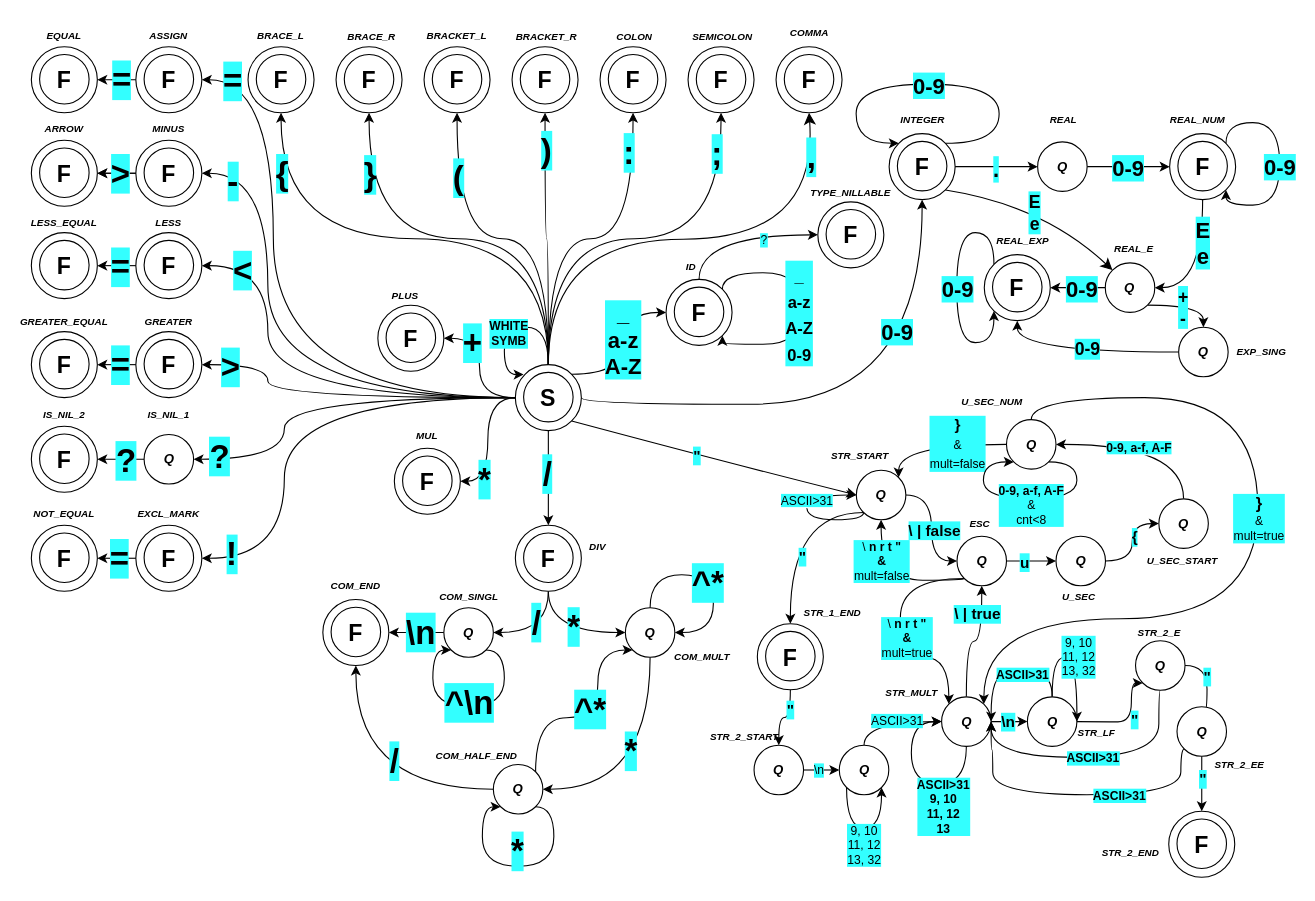
Earlier version of the draw.io diagram lexer.drawio (xshche05/IFJ-2023-project-compiler). Source tidied: cells renumbered, new cells numbered last; positions are measured from the earlier drawing's top-left corner, leaving out a move shared by most shapes. Both pictures are drawn from the tidied source at 110%, with x=0, y=0 at pixel (31, 19).
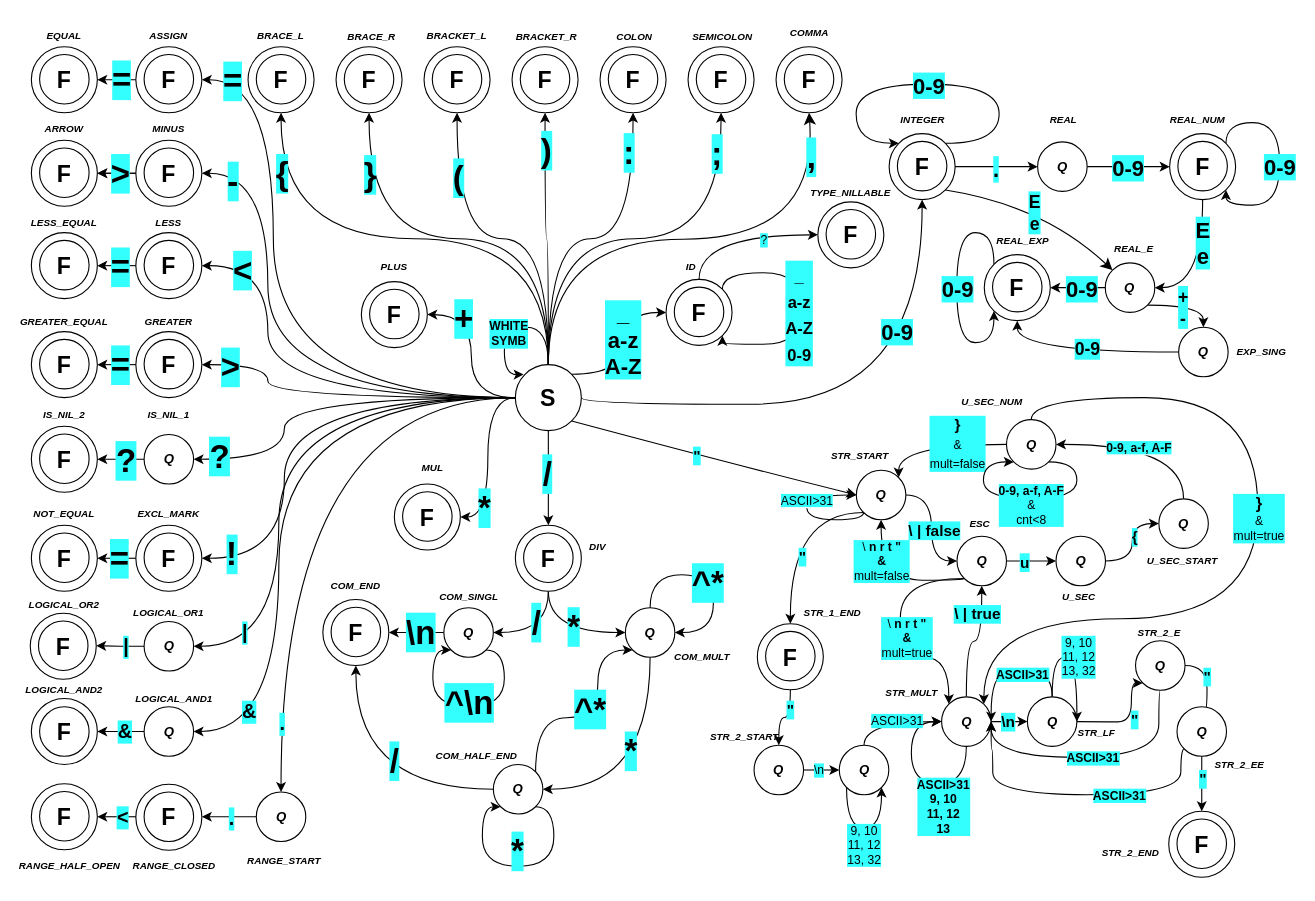
The same page after the edit.

The change refers to these unchanged cells:
```xml
<mxCell id="2" style="group;" parent="1" vertex="1">
  <mxGeometry x="440" y="314" width="60" height="60" as="geometry" />
</mxCell>
<mxCell id="3" style="ellipse;whiteSpace=wrap;html=1;" parent="2" vertex="1">
  <mxGeometry width="60" height="60" as="geometry" />
</mxCell>
```

The edit, as a diff of the source:
```diff
@@
+    <mxCell id="331" style="edgeStyle=orthogonalEdgeStyle;jettySize=auto;html=1;exitX=0;exitY=0.5;exitDx=0;exitDy=0;curved=1;" parent="1" edge="1" source="2" target="341">
+      <mxGeometry relative="1" as="geometry" />
+    </mxCell>
+    <mxCell id="332" value="." style="edgeLabel;html=1;align=center;verticalAlign=middle;labelBackgroundColor=#33FFFF;fontStyle=1;fontSize=18;" parent="331" vertex="1">
+      <mxGeometry x="0.78" relative="1" as="geometry" />
+    </mxCell>
@@
-    <mxCell id="4" style="ellipse;whiteSpace=wrap;html=1;" parent="2" vertex="1">
-      <mxGeometry x="7.5" y="7" width="45" height="45" as="geometry" />
-    </mxCell>
@@
     <mxCell id="57" style="group;" parent="1" vertex="1">
-      <mxGeometry x="330" y="390" width="60" height="60" as="geometry" />
+      <mxGeometry x="330" y="422.5" width="60" height="60" as="geometry" />
     </mxCell>
@@
     <mxCell id="61" style="group;" parent="1" vertex="1">
-      <mxGeometry x="315" y="260" width="60" height="60" as="geometry" />
+      <mxGeometry x="300" y="238.5" width="60" height="60" as="geometry" />
     </mxCell>
@@
     <mxCell id="160" value="PLUS" style="text;html=1;strokeColor=none;fillColor=none;align=center;verticalAlign=middle;whiteSpace=wrap;rounded=0;fontSize=9;fontStyle=3;" parent="1" vertex="1">
-      <mxGeometry x="310" y="236.5" width="60" height="30" as="geometry" />
+      <mxGeometry x="300" y="210" width="60" height="30" as="geometry" />
     </mxCell>
     <mxCell id="161" value="MUL" style="text;html=1;strokeColor=none;fillColor=none;align=center;verticalAlign=middle;whiteSpace=wrap;rounded=0;fontSize=9;fontStyle=3;" parent="1" vertex="1">
-      <mxGeometry x="330" y="364" width="60" height="30" as="geometry" />
+      <mxGeometry x="335" y="392.5" width="60" height="30" as="geometry" />
     </mxCell>
@@
+    <mxCell id="333" style="edgeStyle=orthogonalEdgeStyle;rounded=0;jettySize=auto;html=1;exitX=0;exitY=0.5;exitDx=0;exitDy=0;entryX=1;entryY=0.5;entryDx=0;entryDy=0;" parent="1" edge="1" source="335" target="345">
+      <mxGeometry relative="1" as="geometry">
+        <Array as="points">
+          <mxPoint x="81" y="570" />
+        </Array>
+      </mxGeometry>
+    </mxCell>
+    <mxCell id="334" value="|" style="edgeLabel;html=1;align=center;verticalAlign=middle;labelBackgroundColor=#33FFFF;fontStyle=1;fontSize=18;" parent="333" vertex="1">
+      <mxGeometry x="-0.34" y="-1" relative="1" as="geometry">
+        <mxPoint x="-3" y="1" as="offset" />
+      </mxGeometry>
+    </mxCell>
+    <mxCell id="335" value="&lt;b&gt;&lt;i&gt;Q&lt;/i&gt;&lt;/b&gt;" style="ellipse;whiteSpace=wrap;html=1;" parent="1" vertex="1">
+      <mxGeometry x="102.5" y="547.5" width="45" height="45" as="geometry" />
+    </mxCell>
+    <mxCell id="336" style="edgeStyle=orthogonalEdgeStyle;rounded=0;jettySize=auto;html=1;exitX=0;exitY=0.5;exitDx=0;exitDy=0;entryX=1;entryY=0.5;entryDx=0;entryDy=0;" parent="1" edge="1" source="338" target="349">
+      <mxGeometry relative="1" as="geometry" />
+    </mxCell>
+    <mxCell id="337" value="&amp;amp;" style="edgeLabel;html=1;align=center;verticalAlign=middle;labelBackgroundColor=#33FFFF;fontStyle=1;fontSize=18;" parent="336" vertex="1">
+      <mxGeometry x="-0.16" y="1" relative="1" as="geometry">
+        <mxPoint y="-1" as="offset" />
+      </mxGeometry>
+    </mxCell>
+    <mxCell id="338" value="&lt;b&gt;&lt;i&gt;Q&lt;/i&gt;&lt;/b&gt;" style="ellipse;whiteSpace=wrap;html=1;" parent="1" vertex="1">
+      <mxGeometry x="102.5" y="625" width="45" height="45" as="geometry" />
+    </mxCell>
+    <mxCell id="339" style="edgeStyle=orthogonalEdgeStyle;rounded=0;jettySize=auto;html=1;exitX=0;exitY=0.5;exitDx=0;exitDy=0;entryX=1;entryY=0.5;entryDx=0;entryDy=0;" parent="1" edge="1" source="341" target="353">
+      <mxGeometry relative="1" as="geometry" />
+    </mxCell>
+    <mxCell id="340" value="." style="edgeLabel;html=1;align=center;verticalAlign=middle;labelBackgroundColor=#33FFFF;fontStyle=1;fontSize=18;" parent="339" vertex="1">
+      <mxGeometry x="-0.09" y="1" relative="1" as="geometry" />
+    </mxCell>
+    <mxCell id="341" value="&lt;b&gt;&lt;i&gt;Q&lt;/i&gt;&lt;/b&gt;" style="ellipse;whiteSpace=wrap;html=1;" parent="1" vertex="1">
+      <mxGeometry x="204.5" y="702.5" width="45" height="45" as="geometry" />
+    </mxCell>
+    <mxCell id="342" style="group;" parent="1" vertex="1">
+      <mxGeometry x="-1" y="540" width="60" height="60" as="geometry" />
+    </mxCell>
+    <mxCell id="343" style="ellipse;whiteSpace=wrap;html=1;" parent="342" vertex="1">
+      <mxGeometry width="60" height="60" as="geometry" />
+    </mxCell>
+    <mxCell id="344" style="ellipse;whiteSpace=wrap;html=1;" parent="342" vertex="1">
+      <mxGeometry x="7.5" y="7" width="45" height="45" as="geometry" />
+    </mxCell>
+    <mxCell id="345" value="&lt;span style=&quot;font-size: 21px;&quot;&gt;&lt;b&gt;F&lt;/b&gt;&lt;/span&gt;" style="text;html=1;strokeColor=none;fillColor=none;align=center;verticalAlign=middle;whiteSpace=wrap;rounded=0;" parent="342" vertex="1">
+      <mxGeometry y="14.5" width="60" height="30" as="geometry" />
+    </mxCell>
+    <mxCell id="346" style="group;" parent="1" vertex="1">
+      <mxGeometry y="617.5" width="60" height="60" as="geometry" />
+    </mxCell>
+    <mxCell id="347" style="ellipse;whiteSpace=wrap;html=1;" parent="346" vertex="1">
+      <mxGeometry width="60" height="60" as="geometry" />
+    </mxCell>
+    <mxCell id="348" style="ellipse;whiteSpace=wrap;html=1;" parent="346" vertex="1">
+      <mxGeometry x="7.5" y="7.5" width="45" height="45" as="geometry" />
+    </mxCell>
+    <mxCell id="349" value="&lt;span style=&quot;font-size: 21px;&quot;&gt;&lt;b&gt;F&lt;/b&gt;&lt;/span&gt;" style="text;html=1;strokeColor=none;fillColor=none;align=center;verticalAlign=middle;whiteSpace=wrap;rounded=0;" parent="346" vertex="1">
+      <mxGeometry y="15" width="60" height="30" as="geometry" />
+    </mxCell>
+    <mxCell id="350" style="group;" parent="1" vertex="1">
+      <mxGeometry x="95" y="695.5" width="60" height="60" as="geometry" />
+    </mxCell>
+    <mxCell id="351" style="ellipse;whiteSpace=wrap;html=1;" parent="350" vertex="1">
+      <mxGeometry width="60" height="60" as="geometry" />
+    </mxCell>
+    <mxCell id="352" style="ellipse;whiteSpace=wrap;html=1;" parent="350" vertex="1">
+      <mxGeometry x="7.5" y="7" width="45" height="45" as="geometry" />
+    </mxCell>
+    <mxCell id="353" value="&lt;span style=&quot;font-size: 21px;&quot;&gt;&lt;b&gt;F&lt;/b&gt;&lt;/span&gt;" style="text;html=1;strokeColor=none;fillColor=none;align=center;verticalAlign=middle;whiteSpace=wrap;rounded=0;" parent="350" vertex="1">
+      <mxGeometry y="14.5" width="60" height="30" as="geometry" />
+    </mxCell>
+    <mxCell id="354" style="group;" parent="1" vertex="1">
+      <mxGeometry y="695" width="60" height="60" as="geometry" />
+    </mxCell>
+    <mxCell id="355" style="ellipse;whiteSpace=wrap;html=1;" parent="354" vertex="1">
+      <mxGeometry width="60" height="60" as="geometry" />
+    </mxCell>
+    <mxCell id="356" style="ellipse;whiteSpace=wrap;html=1;" parent="354" vertex="1">
+      <mxGeometry x="7.5" y="7" width="45" height="45" as="geometry" />
+    </mxCell>
+    <mxCell id="357" value="&lt;span style=&quot;font-size: 21px;&quot;&gt;&lt;b&gt;F&lt;/b&gt;&lt;/span&gt;" style="text;html=1;strokeColor=none;fillColor=none;align=center;verticalAlign=middle;whiteSpace=wrap;rounded=0;" parent="354" vertex="1">
+      <mxGeometry y="14.5" width="60" height="30" as="geometry" />
+    </mxCell>
+    <mxCell id="358" style="edgeStyle=orthogonalEdgeStyle;rounded=0;jettySize=auto;html=1;exitX=0;exitY=0.5;exitDx=0;exitDy=0;entryX=1;entryY=0.5;entryDx=0;entryDy=0;" parent="1" edge="1" source="353" target="357">
+      <mxGeometry relative="1" as="geometry" />
+    </mxCell>
+    <mxCell id="359" value="&amp;lt;" style="edgeLabel;html=1;align=center;verticalAlign=middle;labelBackgroundColor=#33FFFF;fontStyle=1;fontSize=18;" parent="358" vertex="1">
+      <mxGeometry x="-0.27" relative="1" as="geometry" />
+    </mxCell>
+    <mxCell id="360" style="edgeStyle=orthogonalEdgeStyle;jettySize=auto;html=1;exitX=0;exitY=0.5;exitDx=0;exitDy=0;entryX=1;entryY=0.5;entryDx=0;entryDy=0;curved=1;" parent="1" edge="1" source="3" target="335">
+      <mxGeometry relative="1" as="geometry">
+        <Array as="points">
+          <mxPoint x="225" y="344" />
+          <mxPoint x="225" y="570" />
+        </Array>
+      </mxGeometry>
+    </mxCell>
+    <mxCell id="361" value="|" style="edgeLabel;html=1;align=center;verticalAlign=middle;labelBackgroundColor=#33FFFF;fontStyle=1;fontSize=18;" parent="360" vertex="1">
+      <mxGeometry x="0.84" y="-5" relative="1" as="geometry">
+        <mxPoint x="4" y="-8" as="offset" />
+      </mxGeometry>
+    </mxCell>
+    <mxCell id="362" style="edgeStyle=orthogonalEdgeStyle;jettySize=auto;html=1;exitX=0;exitY=0.5;exitDx=0;exitDy=0;entryX=1;entryY=0.5;entryDx=0;entryDy=0;curved=1;" parent="1" edge="1" source="3" target="338">
+      <mxGeometry relative="1" as="geometry">
+        <Array as="points">
+          <mxPoint x="225" y="344" />
+          <mxPoint x="225" y="648" />
+          <mxPoint x="148" y="648" />
+        </Array>
+      </mxGeometry>
+    </mxCell>
+    <mxCell id="363" value="&amp;amp;" style="edgeLabel;html=1;align=center;verticalAlign=middle;labelBackgroundColor=#33FFFF;fontStyle=1;fontSize=18;" parent="362" vertex="1">
+      <mxGeometry x="0.84" y="-17" relative="1" as="geometry">
+        <mxPoint x="2" y="-1" as="offset" />
+      </mxGeometry>
+    </mxCell>
+    <mxCell id="364" value="LOGICAL_OR2" style="text;html=1;strokeColor=none;fillColor=none;align=center;verticalAlign=middle;whiteSpace=wrap;rounded=0;fontSize=9;fontStyle=3;" parent="1" vertex="1">
+      <mxGeometry y="517.5" width="60" height="30" as="geometry" />
+    </mxCell>
+    <mxCell id="365" value="LOGICAL_OR1" style="text;html=1;strokeColor=none;fillColor=none;align=center;verticalAlign=middle;whiteSpace=wrap;rounded=0;fontSize=9;fontStyle=3;" parent="1" vertex="1">
+      <mxGeometry x="95" y="525" width="60" height="30" as="geometry" />
+    </mxCell>
+    <mxCell id="366" value="LOGICAL_AND1" style="text;html=1;strokeColor=none;fillColor=none;align=center;verticalAlign=middle;whiteSpace=wrap;rounded=0;fontSize=9;fontStyle=3;" parent="1" vertex="1">
+      <mxGeometry x="100" y="602.5" width="60" height="30" as="geometry" />
+    </mxCell>
+    <mxCell id="367" value="LOGICAL_AND2" style="text;html=1;strokeColor=none;fillColor=none;align=center;verticalAlign=middle;whiteSpace=wrap;rounded=0;fontSize=9;fontStyle=3;" parent="1" vertex="1">
+      <mxGeometry y="595" width="60" height="30" as="geometry" />
+    </mxCell>
+    <mxCell id="368" value="RANGE_START" style="text;html=1;strokeColor=none;fillColor=none;align=center;verticalAlign=middle;whiteSpace=wrap;rounded=0;fontSize=9;fontStyle=3;" parent="1" vertex="1">
+      <mxGeometry x="200" y="750" width="60" height="30" as="geometry" />
+    </mxCell>
+    <mxCell id="369" value="RANGE_CLOSED" style="text;html=1;strokeColor=none;fillColor=none;align=center;verticalAlign=middle;whiteSpace=wrap;rounded=0;fontSize=9;fontStyle=3;" parent="1" vertex="1">
+      <mxGeometry x="100" y="755" width="60" height="30" as="geometry" />
+    </mxCell>
+    <mxCell id="370" value="RANGE_HALF_OPEN" style="text;html=1;strokeColor=none;fillColor=none;align=center;verticalAlign=middle;whiteSpace=wrap;rounded=0;fontSize=9;fontStyle=3;" parent="1" vertex="1">
+      <mxGeometry x="5" y="755" width="60" height="30" as="geometry" />
+    </mxCell>
```
